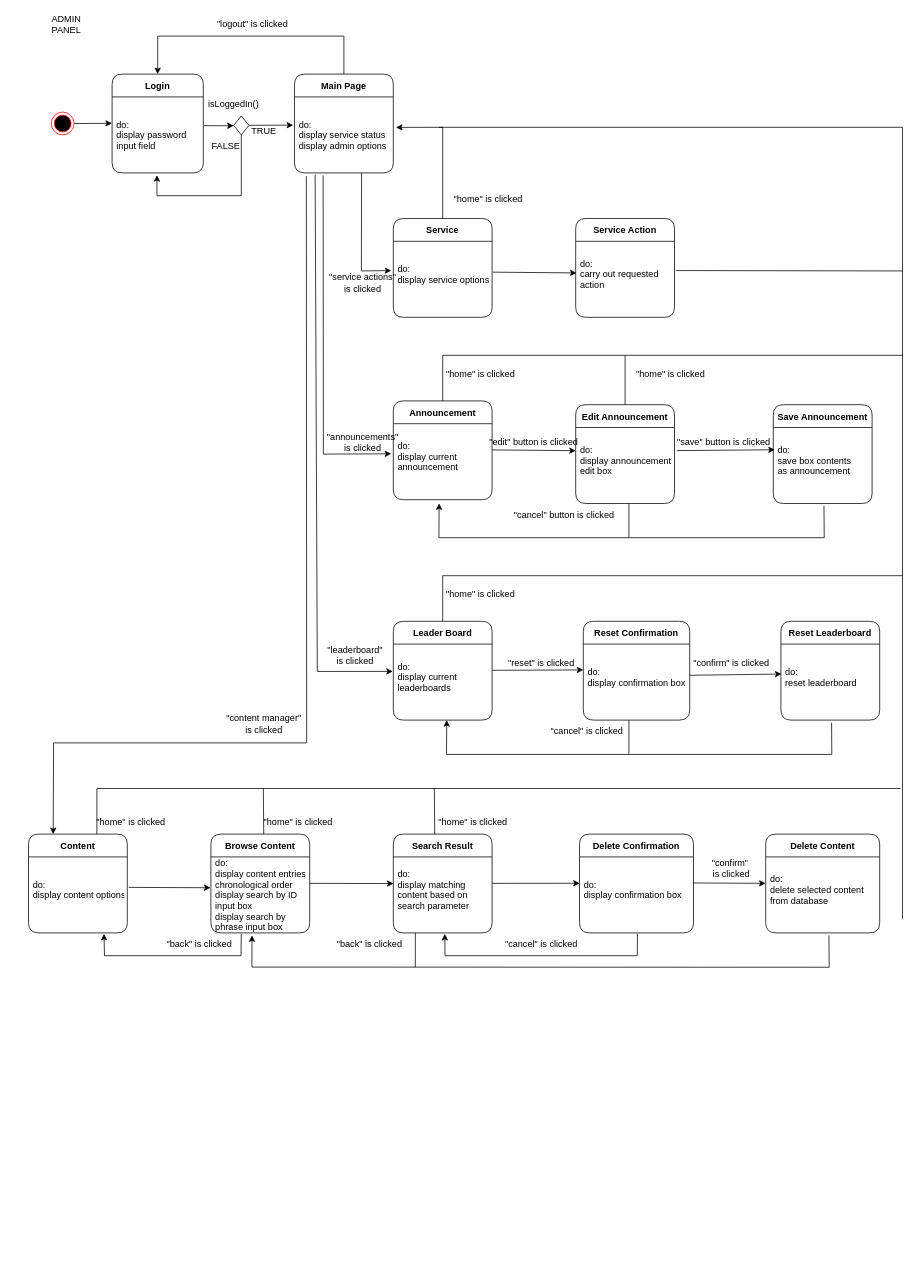
This is TypeRacerAdminState.drawio from muratcanakcay/PW-SE1-TypeRacer, a draw.io file, before an edit. Source tidied: cells renumbered, new cells numbered last; positions are measured from the earlier drawing's top-left corner, leaving out a move shared by most shapes. Both pictures are drawn from the tidied source at 76%, with x=0, y=0 at pixel (28, 13).
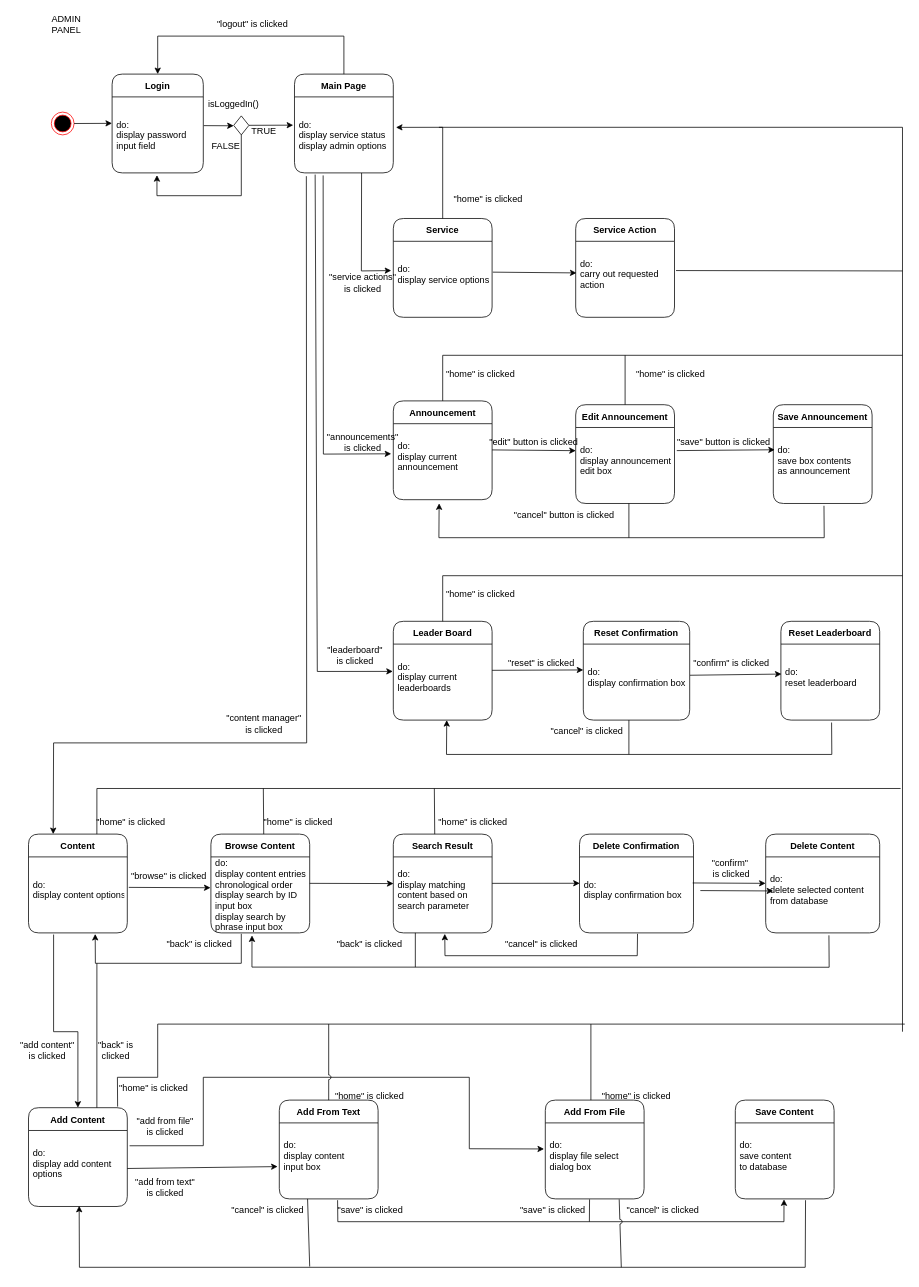
The same page after the edit.

Unchanged cells that the change refers to:
```xml
<mxCell id="60" value="do:&#10;display content options&#10;" style="text;strokeColor=none;fillColor=none;align=left;verticalAlign=middle;spacingLeft=4;spacingRight=4;overflow=hidden;points=[[0,0.5],[1,0.5]];portConstraint=eastwest;" parent="59" vertex="1">
  <mxGeometry y="30" width="130" height="100" as="geometry" />
</mxCell>
```

Diff of the diagram source:
```diff
@@
     <mxCell id="26" style="endArrow=none;html=1;rounded=0;" parent="1" edge="1">
       <mxGeometry relative="1" as="geometry">
-        <mxPoint x="1150" y="1192.1" as="sourcePoint" />
+        <mxPoint x="1150" y="1340" as="sourcePoint" />
         <mxPoint x="540" y="150" as="targetPoint" />
         <Array as="points">
           <mxPoint x="1150" y="150" />
         </Array>
       </mxGeometry>
     </mxCell>
@@
-    <mxCell id="85" style="endArrow=classic;html=1;rounded=0;exitX=0.509;exitY=1.012;exitDx=0;exitDy=0;exitPerimeter=0;entryX=0.764;entryY=1.012;entryDx=0;entryDy=0;entryPerimeter=0;" parent="1" edge="1" target="60">
+    <mxCell id="85" style="endArrow=classic;html=1;rounded=0;exitX=0.509;exitY=1.012;exitDx=0;exitDy=0;exitPerimeter=0;entryX=0.675;entryY=1.014;entryDx=0;entryDy=0;entryPerimeter=0;" parent="1" edge="1" target="60">
       <mxGeometry relative="1" as="geometry">
         <mxPoint x="280" y="1211.2" as="sourcePoint" />
         <Array as="points">
-          <mxPoint x="279.6" y="1240" />
-          <mxPoint x="100" y="1240" />
+          <mxPoint x="280" y="1250" />
+          <mxPoint x="88" y="1250" />
         </Array>
       </mxGeometry>
     </mxCell>
@@
+    <mxCell id="95" value="Add Content" style="swimlane;fontStyle=1;horizontal=1;startSize=30;rounded=1;" parent="1" vertex="1">
+      <mxGeometry y="1440" width="130" height="130" as="geometry" />
+    </mxCell>
+    <mxCell id="96" value="do:&#10;display add content  &#10;options&#10;" style="text;strokeColor=none;fillColor=none;align=left;verticalAlign=middle;spacingLeft=4;spacingRight=4;overflow=hidden;points=[[0,0.5],[1,0.5]];portConstraint=eastwest;" parent="95" vertex="1">
+      <mxGeometry y="30" width="130" height="100" as="geometry" />
+    </mxCell>
+    <mxCell id="97" value="Add From Text" style="swimlane;fontStyle=1;horizontal=1;startSize=30;rounded=1;" parent="1" vertex="1">
+      <mxGeometry x="330" y="1430" width="130" height="130" as="geometry" />
+    </mxCell>
+    <mxCell id="98" value="do:&#10;display content  &#10;input box&#10;" style="text;strokeColor=none;fillColor=none;align=left;verticalAlign=middle;spacingLeft=4;spacingRight=4;overflow=hidden;points=[[0,0.5],[1,0.5]];portConstraint=eastwest;" parent="97" vertex="1">
+      <mxGeometry y="30" width="130" height="100" as="geometry" />
+    </mxCell>
+    <mxCell id="99" value="&quot;browse&quot; is clicked" style="text;html=1;strokeColor=none;fillColor=none;align=center;verticalAlign=middle;whiteSpace=wrap;rounded=0;" parent="1" vertex="1">
+      <mxGeometry x="100" y="1120" width="170" height="30" as="geometry" />
+    </mxCell>
+    <mxCell id="100" value="Add From File" style="swimlane;fontStyle=1;horizontal=1;startSize=30;rounded=1;" parent="1" vertex="1">
+      <mxGeometry x="680" y="1430" width="130" height="130" as="geometry" />
+    </mxCell>
+    <mxCell id="101" value="do:&#10;display file select &#10;dialog box&#10;" style="text;strokeColor=none;fillColor=none;align=left;verticalAlign=middle;spacingLeft=4;spacingRight=4;overflow=hidden;points=[[0,0.5],[1,0.5]];portConstraint=eastwest;" parent="100" vertex="1">
+      <mxGeometry y="30" width="130" height="100" as="geometry" />
+    </mxCell>
+    <mxCell id="102" style="endArrow=classic;html=1;rounded=0;exitX=0.254;exitY=1.022;exitDx=0;exitDy=0;exitPerimeter=0;entryX=0.5;entryY=0;entryDx=0;entryDy=0;" parent="1" edge="1" source="60" target="95">
+      <mxGeometry relative="1" as="geometry">
+        <Array as="points">
+          <mxPoint x="33" y="1340" />
+          <mxPoint x="65" y="1340" />
+        </Array>
+      </mxGeometry>
+    </mxCell>
+    <mxCell id="103" value="&quot;add content&quot; &lt;br&gt;is clicked" style="text;html=1;strokeColor=none;fillColor=none;align=center;verticalAlign=middle;whiteSpace=wrap;rounded=0;" parent="1" vertex="1">
+      <mxGeometry x="-20" y="1350" width="90" height="30" as="geometry" />
+    </mxCell>
+    <mxCell id="104" style="endArrow=none;html=1;rounded=0;exitX=0.692;exitY=0;exitDx=0;exitDy=0;exitPerimeter=0;" parent="1" edge="1" source="95">
+      <mxGeometry relative="1" as="geometry">
+        <mxPoint x="90" y="1250" as="targetPoint" />
+      </mxGeometry>
+    </mxCell>
+    <mxCell id="105" value="&quot;back&quot; is clicked" style="text;html=1;strokeColor=none;fillColor=none;align=center;verticalAlign=middle;whiteSpace=wrap;rounded=0;" parent="1" vertex="1">
+      <mxGeometry x="80" y="1350" width="70" height="30" as="geometry" />
+    </mxCell>
+    <mxCell id="106" style="endArrow=classic;html=1;rounded=0;entryX=-0.013;entryY=0.343;entryDx=0;entryDy=0;entryPerimeter=0;exitX=1.023;exitY=0.201;exitDx=0;exitDy=0;exitPerimeter=0;" parent="1" edge="1" source="96" target="101">
+      <mxGeometry relative="1" as="geometry">
+        <Array as="points">
+          <mxPoint x="230" y="1490" />
+          <mxPoint x="230" y="1400" />
+          <mxPoint x="580" y="1400" />
+          <mxPoint x="580" y="1494" />
+        </Array>
+      </mxGeometry>
+    </mxCell>
+    <mxCell id="107" value="Save Content" style="swimlane;fontStyle=1;horizontal=1;startSize=30;rounded=1;" parent="1" vertex="1">
+      <mxGeometry x="930" y="1430" width="130" height="130" as="geometry" />
+    </mxCell>
+    <mxCell id="108" value="do:&#10;save content  &#10;to database &#10;" style="text;strokeColor=none;fillColor=none;align=left;verticalAlign=middle;spacingLeft=4;spacingRight=4;overflow=hidden;points=[[0,0.5],[1,0.5]];portConstraint=eastwest;" parent="107" vertex="1">
+      <mxGeometry y="30" width="130" height="100" as="geometry" />
+    </mxCell>
+    <mxCell id="109" style="endArrow=classic;html=1;rounded=0;entryX=-0.017;entryY=0.575;entryDx=0;entryDy=0;entryPerimeter=0;exitX=1;exitY=0.5;exitDx=0;exitDy=0;" parent="1" edge="1" source="96" target="98">
+      <mxGeometry relative="1" as="geometry" />
+    </mxCell>
+    <mxCell id="110" value="&quot;add from file&quot; &lt;br&gt;is clicked" style="text;html=1;strokeColor=none;fillColor=none;align=center;verticalAlign=middle;whiteSpace=wrap;rounded=0;" parent="1" vertex="1">
+      <mxGeometry x="140" y="1450" width="80" height="30" as="geometry" />
+    </mxCell>
+    <mxCell id="111" value="&quot;add from text&quot; &lt;br&gt;is clicked" style="text;html=1;strokeColor=none;fillColor=none;align=center;verticalAlign=middle;whiteSpace=wrap;rounded=0;" parent="1" vertex="1">
+      <mxGeometry x="135" y="1530" width="90" height="30" as="geometry" />
+    </mxCell>
+    <mxCell id="112" style="endArrow=classic;html=1;rounded=0;exitX=0.59;exitY=1.017;exitDx=0;exitDy=0;exitPerimeter=0;entryX=0.493;entryY=1.006;entryDx=0;entryDy=0;entryPerimeter=0;" parent="1" edge="1" source="98" target="108">
+      <mxGeometry relative="1" as="geometry">
+        <Array as="points">
+          <mxPoint x="407" y="1590" />
+          <mxPoint x="994" y="1590" />
+        </Array>
+      </mxGeometry>
+    </mxCell>
+    <mxCell id="113" value="&quot;save&quot; is clicked" style="text;html=1;strokeColor=none;fillColor=none;align=center;verticalAlign=middle;whiteSpace=wrap;rounded=0;" parent="1" vertex="1">
+      <mxGeometry x="640" y="1560" width="100" height="30" as="geometry" />
+    </mxCell>
+    <mxCell id="114" style="endArrow=none;html=1;rounded=0;exitX=0.448;exitY=1.006;exitDx=0;exitDy=0;exitPerimeter=0;" parent="1" edge="1" source="101">
+      <mxGeometry relative="1" as="geometry">
+        <mxPoint x="738" y="1590" as="targetPoint" />
+      </mxGeometry>
+    </mxCell>
+    <mxCell id="115" style="endArrow=classic;html=1;rounded=0;exitX=0.711;exitY=1.017;exitDx=0;exitDy=0;exitPerimeter=0;entryX=0.513;entryY=0.991;entryDx=0;entryDy=0;entryPerimeter=0;" parent="1" edge="1" source="108" target="96">
+      <mxGeometry relative="1" as="geometry">
+        <Array as="points">
+          <mxPoint x="1022" y="1650" />
+          <mxPoint x="67" y="1650" />
+        </Array>
+      </mxGeometry>
+    </mxCell>
+    <mxCell id="116" style="endArrow=none;html=1;rounded=0;exitX=0.748;exitY=1.006;exitDx=0;exitDy=0;exitPerimeter=0;jumpStyle=arc;" parent="1" edge="1" source="101">
+      <mxGeometry relative="1" as="geometry">
+        <mxPoint x="780" y="1650" as="targetPoint" />
+      </mxGeometry>
+    </mxCell>
+    <mxCell id="117" value="&quot;cancel&quot; is clicked" style="text;html=1;strokeColor=none;fillColor=none;align=center;verticalAlign=middle;whiteSpace=wrap;rounded=0;" parent="1" vertex="1">
+      <mxGeometry x="770" y="1560" width="130" height="30" as="geometry" />
+    </mxCell>
+    <mxCell id="118" style="endArrow=none;html=1;rounded=0;exitX=0.748;exitY=1.006;exitDx=0;exitDy=0;exitPerimeter=0;jumpStyle=arc;" parent="1" edge="1">
+      <mxGeometry relative="1" as="geometry">
+        <mxPoint x="367.2" y="1560" as="sourcePoint" />
+        <mxPoint x="370" y="1649" as="targetPoint" />
+      </mxGeometry>
+    </mxCell>
+    <mxCell id="119" value="&quot;cancel&quot; is clicked" style="text;html=1;strokeColor=none;fillColor=none;align=center;verticalAlign=middle;whiteSpace=wrap;rounded=0;" parent="1" vertex="1">
+      <mxGeometry x="250" y="1560" width="130" height="30" as="geometry" />
+    </mxCell>
+    <mxCell id="120" value="&quot;save&quot; is clicked" style="text;html=1;strokeColor=none;fillColor=none;align=center;verticalAlign=middle;whiteSpace=wrap;rounded=0;" parent="1" vertex="1">
+      <mxGeometry x="400" y="1560" width="100" height="30" as="geometry" />
+    </mxCell>
+    <mxCell id="121" style="endArrow=classic;html=1;rounded=0;entryX=-0.001;entryY=0.348;entryDx=0;entryDy=0;entryPerimeter=0;exitX=0.993;exitY=0.343;exitDx=0;exitDy=0;exitPerimeter=0;" parent="1" edge="1">
+      <mxGeometry relative="1" as="geometry">
+        <mxPoint x="884" y="1154.3" as="sourcePoint" />
+        <mxPoint x="979.9" y="1154.8" as="targetPoint" />
+      </mxGeometry>
+    </mxCell>
+    <mxCell id="122" style="endArrow=none;html=1;rounded=0;jumpStyle=arc;exitX=0.902;exitY=-0.011;exitDx=0;exitDy=0;exitPerimeter=0;" parent="1" edge="1" source="95">
+      <mxGeometry relative="1" as="geometry">
+        <mxPoint x="1153" y="1330" as="targetPoint" />
+        <Array as="points">
+          <mxPoint x="117" y="1400" />
+          <mxPoint x="170" y="1400" />
+          <mxPoint x="170" y="1330" />
+        </Array>
+      </mxGeometry>
+    </mxCell>
+    <mxCell id="123" value="&quot;home&quot; is clicked" style="text;html=1;strokeColor=none;fillColor=none;align=center;verticalAlign=middle;whiteSpace=wrap;rounded=0;" parent="1" vertex="1">
+      <mxGeometry x="80" y="1400" width="170" height="30" as="geometry" />
+    </mxCell>
+    <mxCell id="124" value="&quot;home&quot; is clicked" style="text;html=1;strokeColor=none;fillColor=none;align=center;verticalAlign=middle;whiteSpace=wrap;rounded=0;" parent="1" vertex="1">
+      <mxGeometry x="399" y="1410" width="100" height="30" as="geometry" />
+    </mxCell>
+    <mxCell id="125" value="&quot;home&quot; is clicked" style="text;html=1;strokeColor=none;fillColor=none;align=center;verticalAlign=middle;whiteSpace=wrap;rounded=0;" parent="1" vertex="1">
+      <mxGeometry x="715" y="1410" width="170" height="30" as="geometry" />
+    </mxCell>
+    <mxCell id="126" style="endArrow=none;html=1;rounded=0;jumpStyle=arc;exitX=0.5;exitY=0;exitDx=0;exitDy=0;" parent="1" edge="1" source="97">
+      <mxGeometry relative="1" as="geometry">
+        <mxPoint x="395" y="1330" as="targetPoint" />
+      </mxGeometry>
+    </mxCell>
+    <mxCell id="127" style="endArrow=none;html=1;rounded=0;jumpStyle=arc;exitX=0.5;exitY=0;exitDx=0;exitDy=0;" parent="1" edge="1">
+      <mxGeometry relative="1" as="geometry">
+        <mxPoint x="740" y="1430" as="sourcePoint" />
+        <mxPoint x="740" y="1330" as="targetPoint" />
+      </mxGeometry>
+    </mxCell>
```
